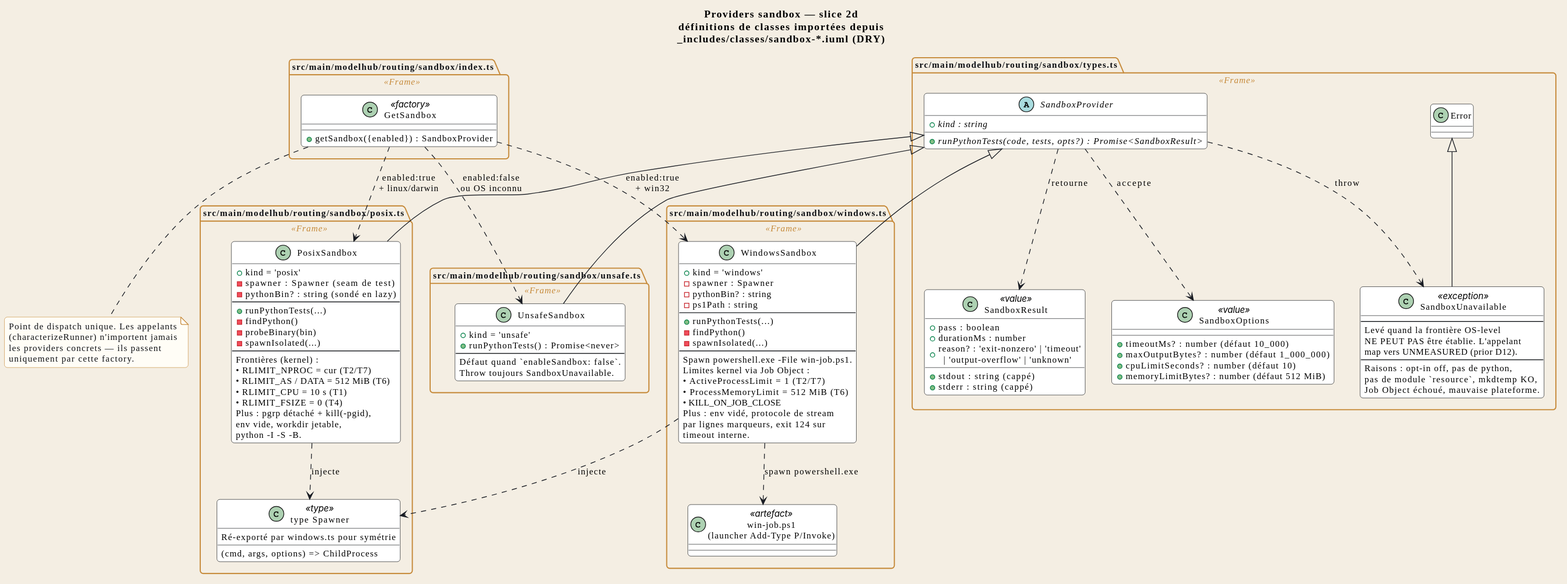
Syphys/maestria keeps this PlantUML diagram as docs/fr/svg/sandbox-providers.svg. Above is the earlier version. Source of this version:
```plantuml
@startuml
!include ../_includes/style.iuml


!include ../_includes/classes/sandbox-types.iuml
!include ../_includes/classes/sandbox-unsafe.iuml
!include ../_includes/classes/sandbox-posix.iuml
!include ../_includes/classes/sandbox-windows.iuml
!include ../_includes/classes/sandbox-index.iuml

title Providers sandbox — slice 2d\ndéfinitions de classes importées depuis\n_includes/classes/sandbox-*.iuml (DRY)

SandboxProvider <|-- UnsafeSandbox
SandboxProvider <|-- PosixSandbox
SandboxProvider <|-- WindowsSandbox
SandboxProvider ..> SandboxResult : retourne
SandboxProvider ..> SandboxOptions : accepte
SandboxProvider ..> SandboxUnavailable : throw

PosixSandbox ..> Spawner : injecte
WindowsSandbox ..> Spawner : injecte
WindowsSandbox ..> PS1 : spawn powershell.exe

GetSandbox ..> UnsafeSandbox : enabled:false\nou OS inconnu
GetSandbox ..> PosixSandbox : enabled:true\n+ linux/darwin
GetSandbox ..> WindowsSandbox : enabled:true\n+ win32

note bottom of GetSandbox
  Point de dispatch unique. Les appelants
  (characterizeRunner) n'importent jamais
  les providers concrets — ils passent
  uniquement par cette factory.
end note
@enduml
```
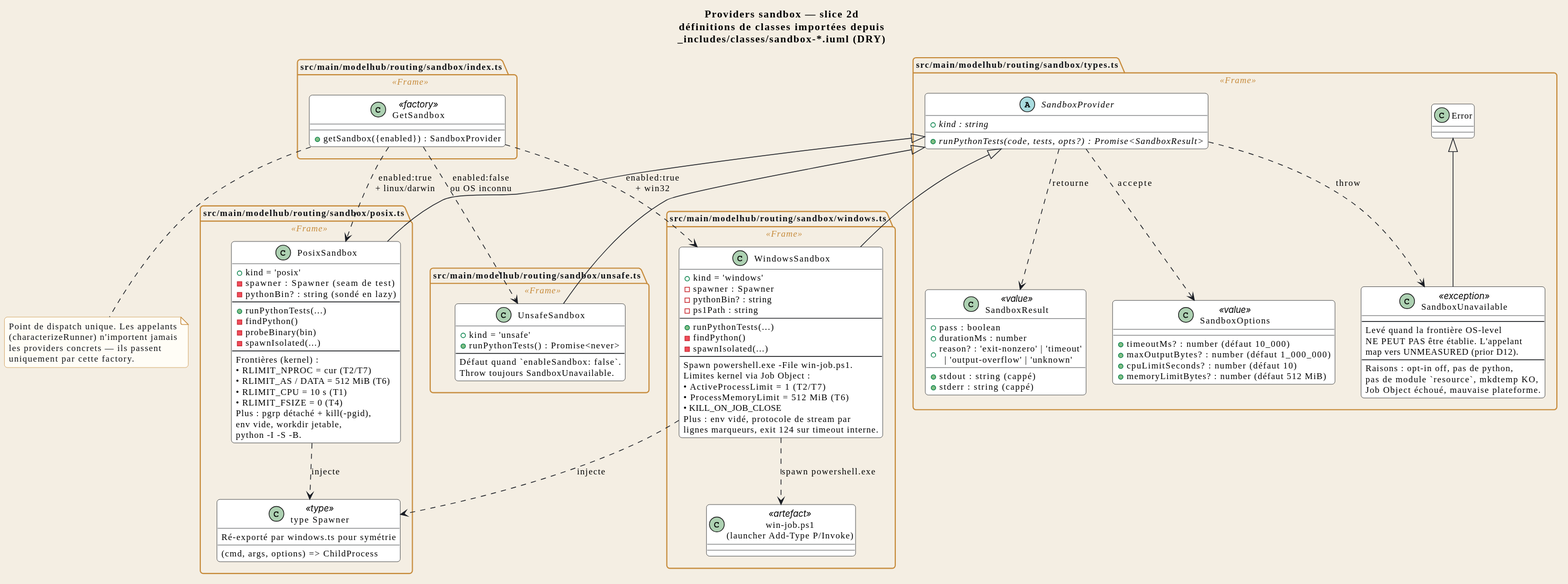
Later version of the same file.

Change to the diagram source:
```diff
@@ -8,27 +8,27 @@
 !include ../_includes/classes/sandbox-windows.iuml
 !include ../_includes/classes/sandbox-index.iuml
 
-title Providers sandbox — slice 2d\ndéfinitions de classes importées depuis\n_includes/classes/sandbox-*.iuml (DRY)
+title STR_SBXPROV_TITLE
 
 SandboxProvider <|-- UnsafeSandbox
 SandboxProvider <|-- PosixSandbox
 SandboxProvider <|-- WindowsSandbox
-SandboxProvider ..> SandboxResult : retourne
-SandboxProvider ..> SandboxOptions : accepte
-SandboxProvider ..> SandboxUnavailable : throw
+SandboxProvider ..> SandboxResult : STR_SBXPROV_REL_RETURNS
+SandboxProvider ..> SandboxOptions : STR_SBXPROV_REL_ACCEPTS
+SandboxProvider ..> SandboxUnavailable : STR_SBXPROV_REL_THROWS
 
-PosixSandbox ..> Spawner : injecte
-WindowsSandbox ..> Spawner : injecte
+PosixSandbox ..> Spawner : STR_SBXPROV_REL_INJECTS
+WindowsSandbox ..> Spawner : STR_SBXPROV_REL_INJECTS
 WindowsSandbox ..> PS1 : spawn powershell.exe
 
-GetSandbox ..> UnsafeSandbox : enabled:false\nou OS inconnu
+GetSandbox ..> UnsafeSandbox : STR_SBXPROV_REL_DISP_UNSAFE
 GetSandbox ..> PosixSandbox : enabled:true\n+ linux/darwin
 GetSandbox ..> WindowsSandbox : enabled:true\n+ win32
 
 note bottom of GetSandbox
-  Point de dispatch unique. Les appelants
-  (characterizeRunner) n'importent jamais
-  les providers concrets — ils passent
-  uniquement par cette factory.
+  STR_SBXPROV_NOTE_L1
+  STR_SBXPROV_NOTE_L2
+  STR_SBXPROV_NOTE_L3
+  STR_SBXPROV_NOTE_L4
 end note
 @enduml
```
